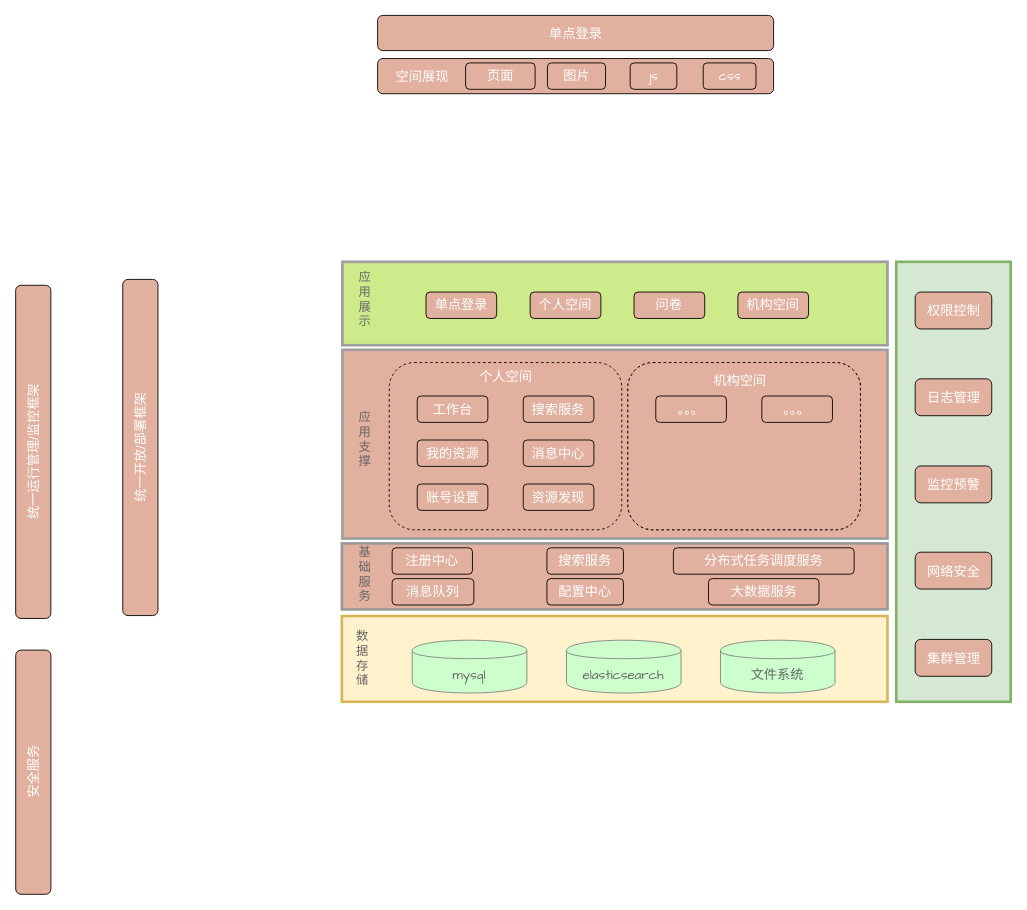
The draw.io diagram page "应用架构" (4 of 12) of drawio/运城空间.drawio in weiwen111/diagram, before the edit. Source tidied: cells renumbered, new cells numbered last; positions are measured from the earlier drawing's top-left corner, leaving out a move shared by most shapes. Both pictures are drawn from the tidied source at 88%, with x=0, y=0 at pixel (-134, 15).
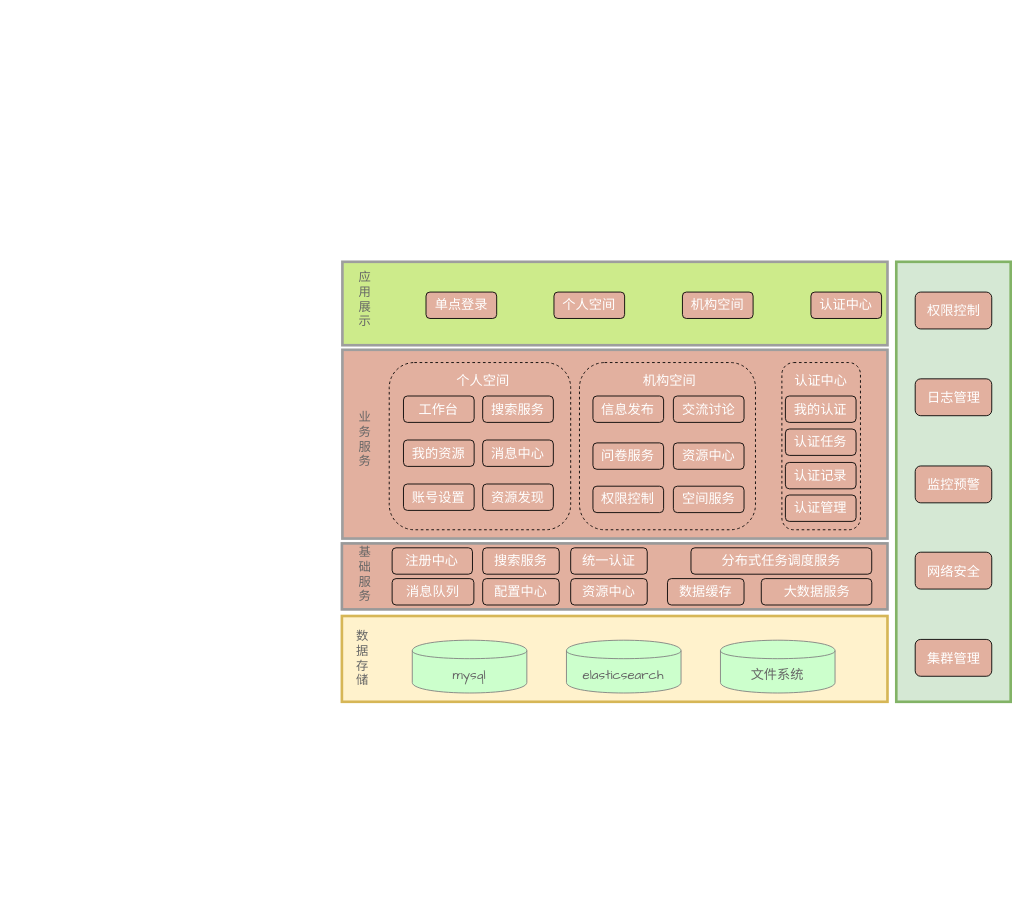
Above is the later version.

Diff of the diagram source:
```diff
@@
     <mxCell id="4" style="rounded=1;whiteSpace=wrap;html=1;comic=0;fillColor=#E2B09F;fontSize=15;fontColor=#FFFFFF;dashed=1;" parent="1" vertex="1">
-      <mxGeometry x="593.8" y="394.5" width="264.3" height="190" as="geometry" />
+      <mxGeometry x="593.8" y="394.5" width="206.2" height="190" as="geometry" />
     </mxCell>
@@
-    <mxCell id="6" style="rounded=1;whiteSpace=wrap;html=1;comic=0;fillColor=#E2B09F;fontSize=15;fontColor=#FFFFFF;" parent="1" vertex="1">
-      <mxGeometry x="580.6" y="49" width="450" height="40" as="geometry" />
-    </mxCell>
-    <mxCell id="7" value="空间展现" style="text;html=1;align=center;verticalAlign=middle;fontSize=15;fontColor=#FFFFFF;rounded=1;" parent="1" vertex="1">
-      <mxGeometry x="590.6" y="59" width="80" height="20" as="geometry" />
-    </mxCell>
-    <mxCell id="8" value="页面" style="rounded=1;whiteSpace=wrap;html=1;comic=0;fillColor=#e2b09f;fontFamily=Comic Sans MS;fontSize=15;fontColor=#FFFFFF;" parent="1" vertex="1">
-      <mxGeometry x="680.6" y="54" width="79" height="30" as="geometry" />
-    </mxCell>
-    <mxCell id="9" value="图片" style="rounded=1;whiteSpace=wrap;html=1;comic=0;fillColor=#e2b09f;fontFamily=Comic Sans MS;fontSize=15;fontColor=#FFFFFF;" parent="1" vertex="1">
-      <mxGeometry x="773.6" y="54" width="66" height="30" as="geometry" />
-    </mxCell>
-    <mxCell id="10" value="js" style="rounded=1;whiteSpace=wrap;html=1;comic=0;fillColor=#e2b09f;fontFamily=Comic Sans MS;fontSize=15;fontColor=#FFFFFF;" parent="1" vertex="1">
-      <mxGeometry x="867.6" y="54" width="53" height="30" as="geometry" />
-    </mxCell>
-    <mxCell id="11" value="css" style="rounded=1;whiteSpace=wrap;html=1;comic=0;fillColor=#e2b09f;fontFamily=Comic Sans MS;fontSize=15;fontColor=#FFFFFF;" parent="1" vertex="1">
-      <mxGeometry x="950.6" y="54" width="60" height="30" as="geometry" />
-    </mxCell>
-    <mxCell id="12" value="单点登录" style="rounded=1;whiteSpace=wrap;html=1;comic=0;fillColor=#E2B09F;fontSize=15;fontColor=#FFFFFF;" parent="1" vertex="1">
-      <mxGeometry x="580.6" width="450" height="40" as="geometry" />
-    </mxCell>
-    <mxCell id="13" value="统一运行管理/监控框架" style="rounded=1;whiteSpace=wrap;html=1;comic=0;fillColor=#E2B09F;fontSize=15;fontColor=#FFFFFF;rotation=-90;" parent="1" vertex="1">
-      <mxGeometry y="476" width="378.6" height="40" as="geometry" />
-    </mxCell>
-    <mxCell id="14" value="统一开放/部署框架" style="rounded=1;whiteSpace=wrap;html=1;comic=0;fillColor=#E2B09F;fontSize=15;fontColor=#FFFFFF;rotation=-90;" parent="1" vertex="1">
-      <mxGeometry x="120" y="471" width="382" height="40" as="geometry" />
-    </mxCell>
-    <mxCell id="15" value="安全服务" style="rounded=1;whiteSpace=wrap;html=1;comic=0;fillColor=#E2B09F;fontSize=15;fontColor=#FFFFFF;rotation=-90;" parent="1" vertex="1">
-      <mxGeometry x="50.6" y="840" width="277.5" height="40" as="geometry" />
-    </mxCell>
     <mxCell id="16" value="个人空间" style="text;html=1;align=center;verticalAlign=middle;fontSize=15;fontColor=#FFFFFF;rounded=1;" parent="1" vertex="1">
-      <mxGeometry x="685.8" y="400" width="80" height="20" as="geometry" />
+      <mxGeometry x="660" y="404.5" width="80" height="20" as="geometry" />
     </mxCell>
-    <mxCell id="17" value="应&lt;br style=&quot;font-size: 14px;&quot;&gt;用&lt;br style=&quot;font-size: 14px;&quot;&gt;支&lt;br style=&quot;font-size: 14px;&quot;&gt;撑" style="text;html=1;align=center;verticalAlign=middle;fontSize=14;fontColor=#666666;" parent="1" vertex="1">
+    <mxCell id="17" value="业&lt;br&gt;务&lt;br&gt;服&lt;br&gt;务" style="text;html=1;align=center;verticalAlign=middle;fontSize=14;fontColor=#666666;" parent="1" vertex="1">
       <mxGeometry x="550.6" y="445.7" width="30" height="70" as="geometry" />
     </mxCell>
     <mxCell id="18" style="group;dashed=1;strokeColor=#000000;rounded=1;" parent="1" vertex="1">
-      <mxGeometry x="865" y="394.5" width="264.3" height="190" as="geometry" />
+      <mxGeometry x="1040" y="394.5" width="89.3" height="190" as="geometry" />
     </mxCell>
     <mxCell id="19" value="工作台" style="rounded=1;whiteSpace=wrap;html=1;comic=0;fillColor=#e2b09f;fontFamily=Comic Sans MS;fontSize=15;fontColor=#FFFFFF;" parent="1" vertex="1">
-      <mxGeometry x="625.6" y="432.5" width="80.3" height="30" as="geometry" />
+      <mxGeometry x="610" y="432.5" width="80.3" height="30" as="geometry" />
     </mxCell>
     <mxCell id="20" value="我的资源" style="rounded=1;whiteSpace=wrap;html=1;comic=0;fillColor=#e2b09f;fontFamily=Comic Sans MS;fontSize=15;fontColor=#FFFFFF;" parent="1" vertex="1">
-      <mxGeometry x="625.6" y="482.5" width="80.3" height="30" as="geometry" />
+      <mxGeometry x="610" y="482.5" width="80.3" height="30" as="geometry" />
     </mxCell>
     <mxCell id="21" value="账号设置" style="rounded=1;whiteSpace=wrap;html=1;comic=0;fillColor=#e2b09f;fontFamily=Comic Sans MS;fontSize=15;fontColor=#FFFFFF;" parent="1" vertex="1">
-      <mxGeometry x="625.6" y="532.5" width="80.3" height="30" as="geometry" />
+      <mxGeometry x="610" y="532.5" width="80.3" height="30" as="geometry" />
     </mxCell>
     <mxCell id="22" value="资源发现" style="rounded=1;whiteSpace=wrap;html=1;comic=0;fillColor=#e2b09f;fontFamily=Comic Sans MS;fontSize=15;fontColor=#FFFFFF;" parent="1" vertex="1">
-      <mxGeometry x="746.1" y="532.5" width="80.3" height="30" as="geometry" />
+      <mxGeometry x="700" y="532.5" width="80.3" height="30" as="geometry" />
     </mxCell>
     <mxCell id="23" value="消息中心" style="rounded=1;whiteSpace=wrap;html=1;comic=0;fillColor=#e2b09f;fontFamily=Comic Sans MS;fontSize=15;fontColor=#FFFFFF;" parent="1" vertex="1">
-      <mxGeometry x="746.1" y="482.5" width="80.3" height="30" as="geometry" />
+      <mxGeometry x="700" y="482.5" width="80.3" height="30" as="geometry" />
     </mxCell>
     <mxCell id="24" value="搜索服务" style="rounded=1;whiteSpace=wrap;html=1;comic=0;fillColor=#e2b09f;fontFamily=Comic Sans MS;fontSize=15;fontColor=#FFFFFF;" parent="1" vertex="1">
-      <mxGeometry x="746.1" y="432.5" width="80.3" height="30" as="geometry" />
+      <mxGeometry x="700" y="432.5" width="80.3" height="30" as="geometry" />
     </mxCell>
@@
     <mxCell id="28" value="大数据服务" style="rounded=1;whiteSpace=wrap;html=1;comic=0;fillColor=#e2b09f;fontFamily=Comic Sans MS;fontSize=15;fontColor=#FFFFFF;" parent="1" vertex="1">
-      <mxGeometry x="956.6" y="640" width="125.6" height="30" as="geometry" />
+      <mxGeometry x="1016.6" y="640" width="125.6" height="30" as="geometry" />
     </mxCell>
@@
     <mxCell id="30" value="搜索服务" style="rounded=1;whiteSpace=wrap;html=1;comic=0;fillColor=#e2b09f;fontFamily=Comic Sans MS;fontSize=15;fontColor=#FFFFFF;" parent="1" vertex="1">
-      <mxGeometry x="773" y="605" width="87" height="30" as="geometry" />
+      <mxGeometry x="700" y="605" width="87" height="30" as="geometry" />
     </mxCell>
     <mxCell id="31" value="分布式任务调度服务" style="rounded=1;whiteSpace=wrap;html=1;comic=0;fillColor=#e2b09f;fontFamily=Comic Sans MS;fontSize=15;fontColor=#FFFFFF;" parent="1" vertex="1">
-      <mxGeometry x="916.7" y="605" width="205.4" height="30" as="geometry" />
+      <mxGeometry x="936.7" y="605" width="205.4" height="30" as="geometry" />
     </mxCell>
@@
     <mxCell id="33" value="配置中心" style="rounded=1;whiteSpace=wrap;html=1;comic=0;fillColor=#e2b09f;fontFamily=Comic Sans MS;fontSize=15;fontColor=#FFFFFF;" parent="1" vertex="1">
-      <mxGeometry x="773" y="640" width="87" height="30" as="geometry" />
+      <mxGeometry x="700" y="640" width="87" height="30" as="geometry" />
     </mxCell>
@@
     <mxCell id="40" value="个人空间" style="rounded=1;whiteSpace=wrap;html=1;comic=0;fillColor=#e2b09f;fontFamily=Comic Sans MS;fontSize=15;fontColor=#FFFFFF;" parent="1" vertex="1">
-      <mxGeometry x="754" y="314.4" width="80.3" height="30" as="geometry" />
+      <mxGeometry x="781" y="314.4" width="80.3" height="30" as="geometry" />
     </mxCell>
     <mxCell id="41" value="机构空间" style="rounded=1;whiteSpace=wrap;html=1;comic=0;fillColor=#e2b09f;fontFamily=Comic Sans MS;fontSize=15;fontColor=#FFFFFF;" parent="1" vertex="1">
-      <mxGeometry x="990" y="314.4" width="80.3" height="30" as="geometry" />
+      <mxGeometry x="927" y="314.4" width="80.3" height="30" as="geometry" />
     </mxCell>
-    <mxCell id="42" value="问卷" style="rounded=1;whiteSpace=wrap;html=1;comic=0;fillColor=#e2b09f;fontFamily=Comic Sans MS;fontSize=15;fontColor=#FFFFFF;" parent="1" vertex="1">
-      <mxGeometry x="872" y="314.4" width="80.3" height="30" as="geometry" />
-    </mxCell>
@@
     <mxCell id="48" style="rounded=1;whiteSpace=wrap;html=1;comic=0;fillColor=#E2B09F;fontSize=15;fontColor=#FFFFFF;strokeColor=#000000;dashed=1;" parent="1" vertex="1">
-      <mxGeometry x="865" y="394.5" width="264.3" height="190" as="geometry" />
+      <mxGeometry x="810" y="394.5" width="200" height="190" as="geometry" />
     </mxCell>
     <mxCell id="49" value="机构空间" style="text;html=1;align=center;verticalAlign=middle;fontSize=15;fontColor=#FFFFFF;rounded=1;" parent="1" vertex="1">
-      <mxGeometry x="952.3" y="404.5" width="80" height="20" as="geometry" />
+      <mxGeometry x="871.9" y="404.5" width="80" height="20" as="geometry" />
     </mxCell>
-    <mxCell id="50" value="。。。" style="rounded=1;whiteSpace=wrap;html=1;comic=0;fillColor=#e2b09f;fontFamily=Comic Sans MS;fontSize=15;fontColor=#FFFFFF;" parent="1" vertex="1">
-      <mxGeometry x="896.7" y="432.5" width="80.3" height="30" as="geometry" />
+    <mxCell id="50" value="信息发布" style="rounded=1;whiteSpace=wrap;html=1;comic=0;fillColor=#e2b09f;fontFamily=Comic Sans MS;fontSize=15;fontColor=#FFFFFF;" parent="1" vertex="1">
+      <mxGeometry x="825.3" y="432.5" width="80.3" height="30" as="geometry" />
     </mxCell>
-    <mxCell id="51" value="。。。" style="rounded=1;whiteSpace=wrap;html=1;comic=0;fillColor=#e2b09f;fontFamily=Comic Sans MS;fontSize=15;fontColor=#FFFFFF;" parent="1" vertex="1">
-      <mxGeometry x="1017.2" y="432.5" width="80.3" height="30" as="geometry" />
+    <mxCell id="51" value="交流讨论" style="rounded=1;whiteSpace=wrap;html=1;comic=0;fillColor=#e2b09f;fontFamily=Comic Sans MS;fontSize=15;fontColor=#FFFFFF;" parent="1" vertex="1">
+      <mxGeometry x="916.7" y="432.5" width="80.3" height="30" as="geometry" />
     </mxCell>
+    <mxCell id="52" value="认证中心" style="rounded=1;whiteSpace=wrap;html=1;comic=0;fillColor=#e2b09f;fontFamily=Comic Sans MS;fontSize=15;fontColor=#FFFFFF;" parent="1" vertex="1">
+      <mxGeometry x="1073" y="314.4" width="80.3" height="30" as="geometry" />
+    </mxCell>
+    <mxCell id="53" value="数据缓存" style="rounded=1;whiteSpace=wrap;html=1;comic=0;fillColor=#e2b09f;fontFamily=Comic Sans MS;fontSize=15;fontColor=#FFFFFF;" parent="1" vertex="1">
+      <mxGeometry x="910" y="640" width="87" height="30" as="geometry" />
+    </mxCell>
+    <mxCell id="54" value="问卷服务" style="rounded=1;whiteSpace=wrap;html=1;comic=0;fillColor=#e2b09f;fontFamily=Comic Sans MS;fontSize=15;fontColor=#FFFFFF;" parent="1" vertex="1">
+      <mxGeometry x="825.3" y="485.8" width="80.3" height="30" as="geometry" />
+    </mxCell>
+    <mxCell id="55" value="资源中心" style="rounded=1;whiteSpace=wrap;html=1;comic=0;fillColor=#e2b09f;fontFamily=Comic Sans MS;fontSize=15;fontColor=#FFFFFF;" parent="1" vertex="1">
+      <mxGeometry x="916.7" y="485.8" width="80.3" height="30" as="geometry" />
+    </mxCell>
+    <mxCell id="56" value="权限控制" style="rounded=1;whiteSpace=wrap;html=1;comic=0;fillColor=#e2b09f;fontFamily=Comic Sans MS;fontSize=15;fontColor=#FFFFFF;" parent="1" vertex="1">
+      <mxGeometry x="825.3" y="535" width="80.3" height="30" as="geometry" />
+    </mxCell>
+    <mxCell id="57" value="空间服务" style="rounded=1;whiteSpace=wrap;html=1;comic=0;fillColor=#e2b09f;fontFamily=Comic Sans MS;fontSize=15;fontColor=#FFFFFF;" parent="1" vertex="1">
+      <mxGeometry x="916.7" y="535" width="80.3" height="30" as="geometry" />
+    </mxCell>
+    <mxCell id="58" value="认证中心" style="text;html=1;align=center;verticalAlign=middle;fontSize=15;fontColor=#FFFFFF;rounded=1;" parent="1" vertex="1">
+      <mxGeometry x="1044.3" y="404.5" width="80" height="20" as="geometry" />
+    </mxCell>
+    <mxCell id="59" value="统一认证" style="rounded=1;whiteSpace=wrap;html=1;comic=0;fillColor=#e2b09f;fontFamily=Comic Sans MS;fontSize=15;fontColor=#FFFFFF;" parent="1" vertex="1">
+      <mxGeometry x="800" y="605" width="87" height="30" as="geometry" />
+    </mxCell>
+    <mxCell id="60" value="资源中心" style="rounded=1;whiteSpace=wrap;html=1;comic=0;fillColor=#e2b09f;fontFamily=Comic Sans MS;fontSize=15;fontColor=#FFFFFF;" parent="1" vertex="1">
+      <mxGeometry x="800" y="640" width="87" height="30" as="geometry" />
+    </mxCell>
+    <mxCell id="61" value="我的认证" style="rounded=1;whiteSpace=wrap;html=1;comic=0;fillColor=#e2b09f;fontFamily=Comic Sans MS;fontSize=15;fontColor=#FFFFFF;" parent="1" vertex="1">
+      <mxGeometry x="1044" y="432.5" width="80.3" height="30" as="geometry" />
+    </mxCell>
+    <mxCell id="62" value="认证记录" style="rounded=1;whiteSpace=wrap;html=1;comic=0;fillColor=#e2b09f;fontFamily=Comic Sans MS;fontSize=15;fontColor=#FFFFFF;" parent="1" vertex="1">
+      <mxGeometry x="1044" y="508" width="80.3" height="30" as="geometry" />
+    </mxCell>
+    <mxCell id="63" value="认证任务" style="rounded=1;whiteSpace=wrap;html=1;comic=0;fillColor=#e2b09f;fontFamily=Comic Sans MS;fontSize=15;fontColor=#FFFFFF;" parent="1" vertex="1">
+      <mxGeometry x="1044" y="470" width="80.3" height="30" as="geometry" />
+    </mxCell>
+    <mxCell id="64" value="认证管理" style="rounded=1;whiteSpace=wrap;html=1;comic=0;fillColor=#e2b09f;fontFamily=Comic Sans MS;fontSize=15;fontColor=#FFFFFF;" parent="1" vertex="1">
+      <mxGeometry x="1044" y="545" width="80.3" height="30" as="geometry" />
+    </mxCell>
```
